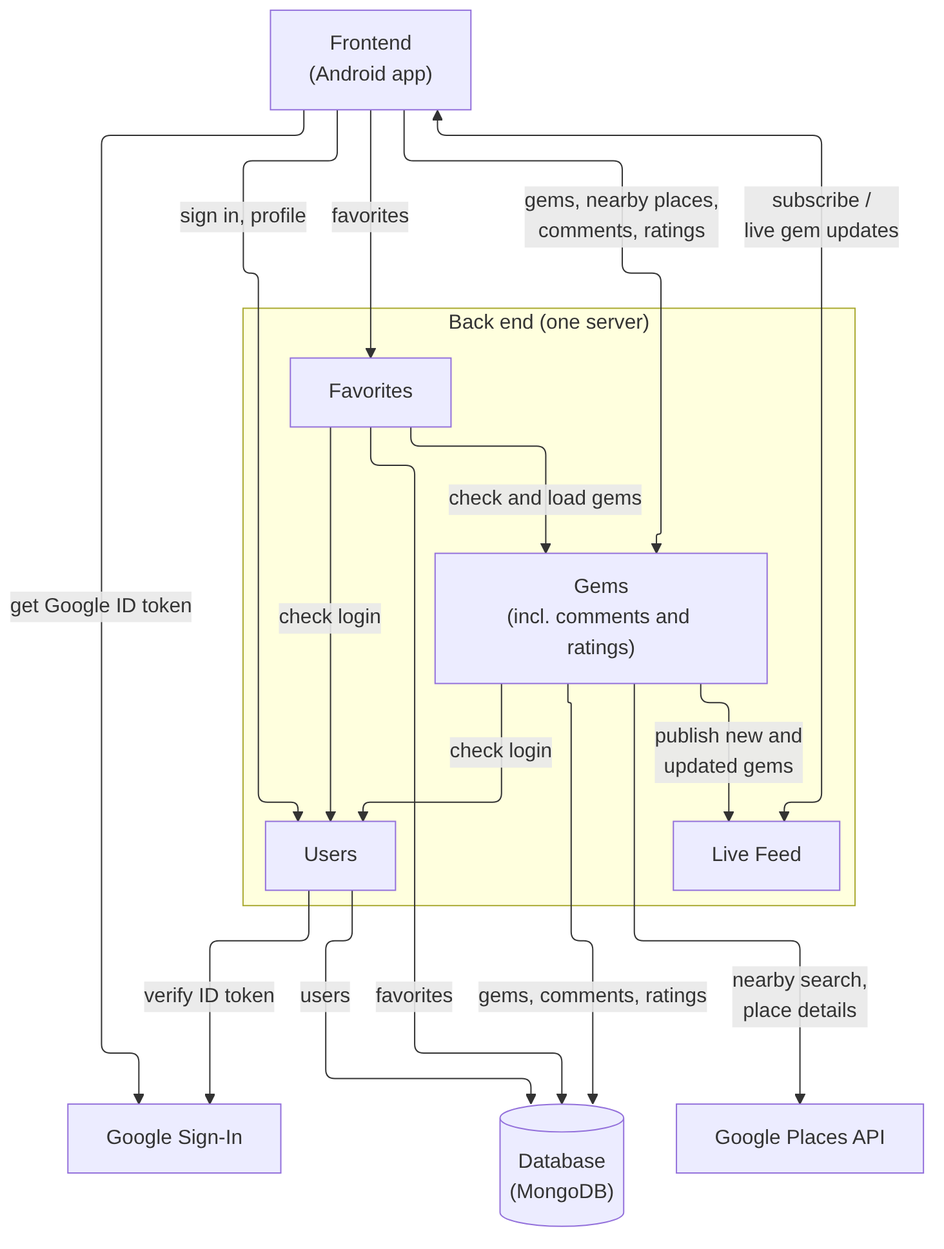
ubc-cpen-321-excavator/excavator keeps this Mermaid diagram as documentation/images/dependencies.png. Above is the earlier version. Its source is kept beside it as documentation/diagrams/dependencies.mmd.
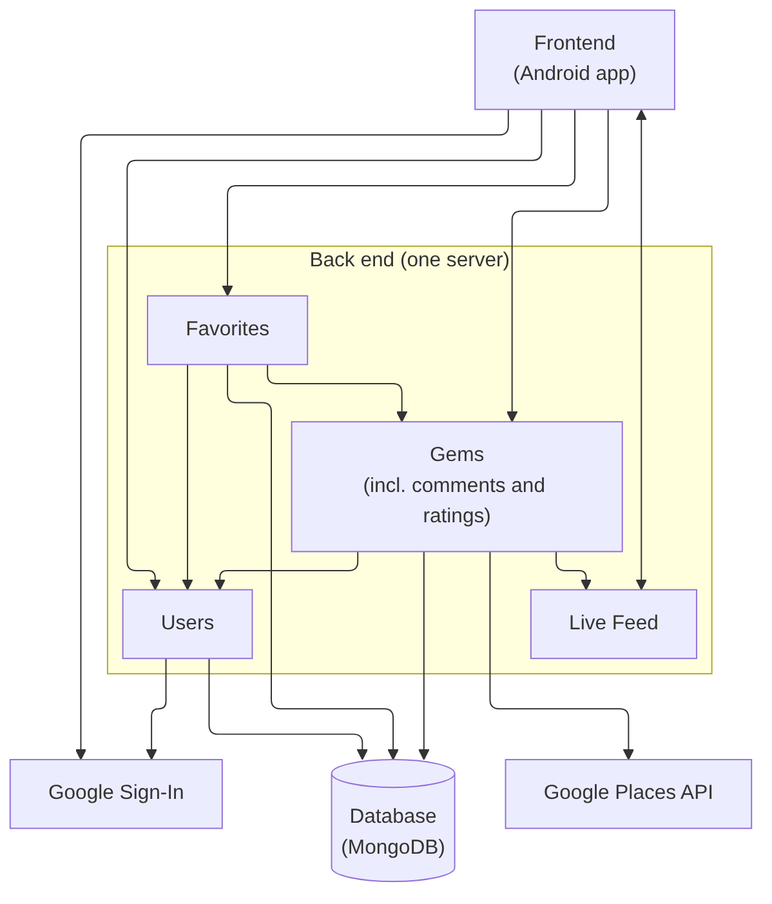
Later version of the same file.

Change to the diagram source:
```diff
@@ -19,20 +19,20 @@
   Places["Google Places API"]
   DB[("Database<br/>(MongoDB)")]
 
-  App -->|"get Google ID token"| SignIn
-  App -->|"sign in, profile"| Users
-  App -->|"favorites"| Favs
-  App -->|"gems, nearby places,<br/>comments, ratings"| Gems
-  App <-->|"subscribe /<br/>live gem updates"| Feed
+  App --> SignIn
+  App --> Users
+  App --> Favs
+  App --> Gems
+  App <--> Feed
 
-  Favs -->|"check login"| Users
-  Gems -->|"check login"| Users
-  Favs -->|"check and load gems"| Gems
-  Gems -->|"publish new and<br/>updated gems"| Feed
+  Favs --> Users
+  Gems --> Users
+  Favs --> Gems
+  Gems --> Feed
 
-  Users -->|"verify ID token"| SignIn
-  Gems -->|"nearby search,<br/>place details"| Places
+  Users --> SignIn
+  Gems --> Places
 
-  Users -->|"users"| DB
-  Favs -->|"favorites"| DB
-  Gems -->|"gems, comments, ratings"| DB
+  Users --> DB
+  Favs --> DB
+  Gems --> DB
```
